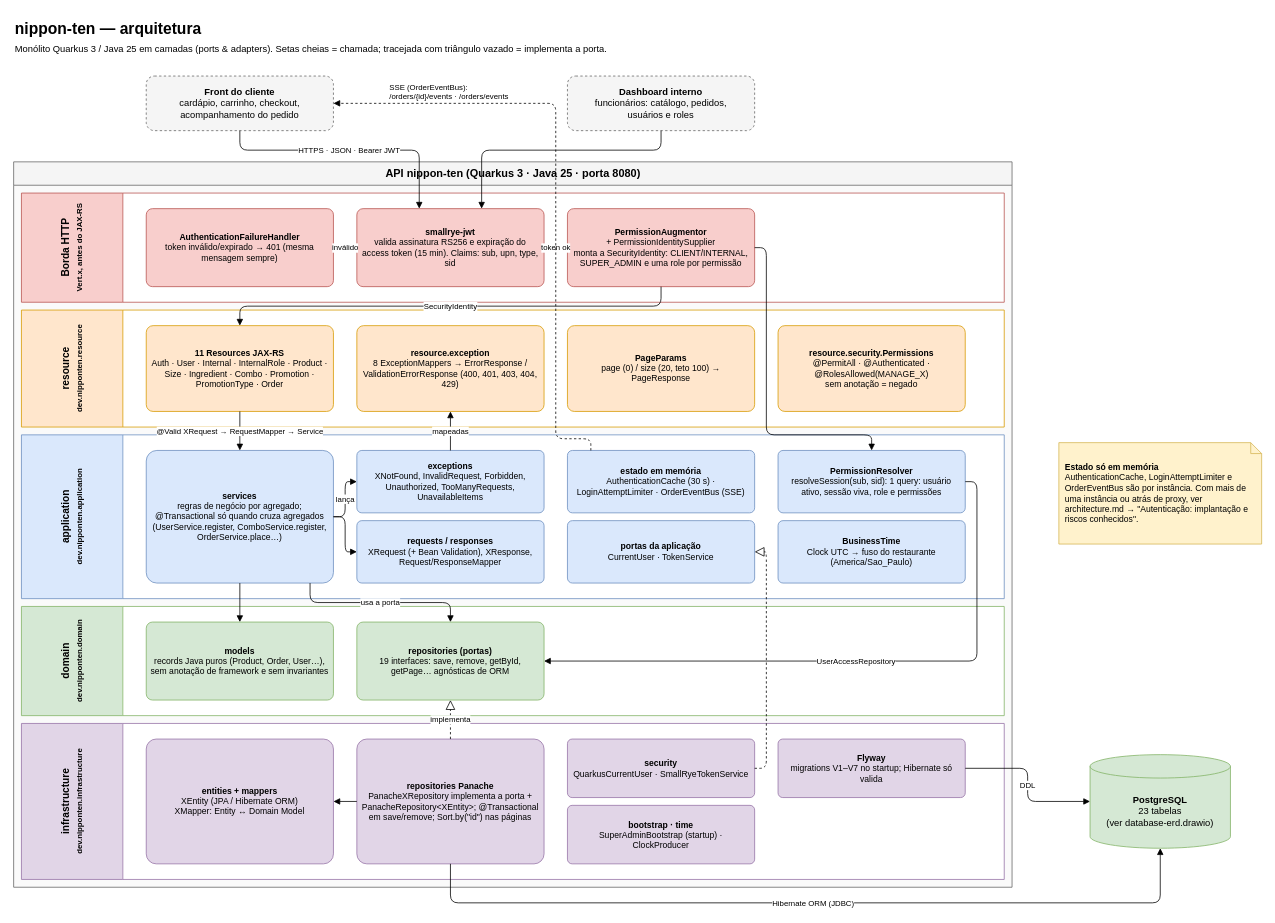
doda-s/nippon-ten keeps this draw.io diagram as page "Camadas" (1 of 2) of docs/diagrams/architecture.drawio. Above is the earlier version. Source tidied: cells renumbered, new cells numbered last; positions are measured from the earlier drawing's top-left corner, leaving out a move shared by most shapes. Both pictures are drawn from the tidied source at 78%, with x=0, y=0 at pixel (13, 13).
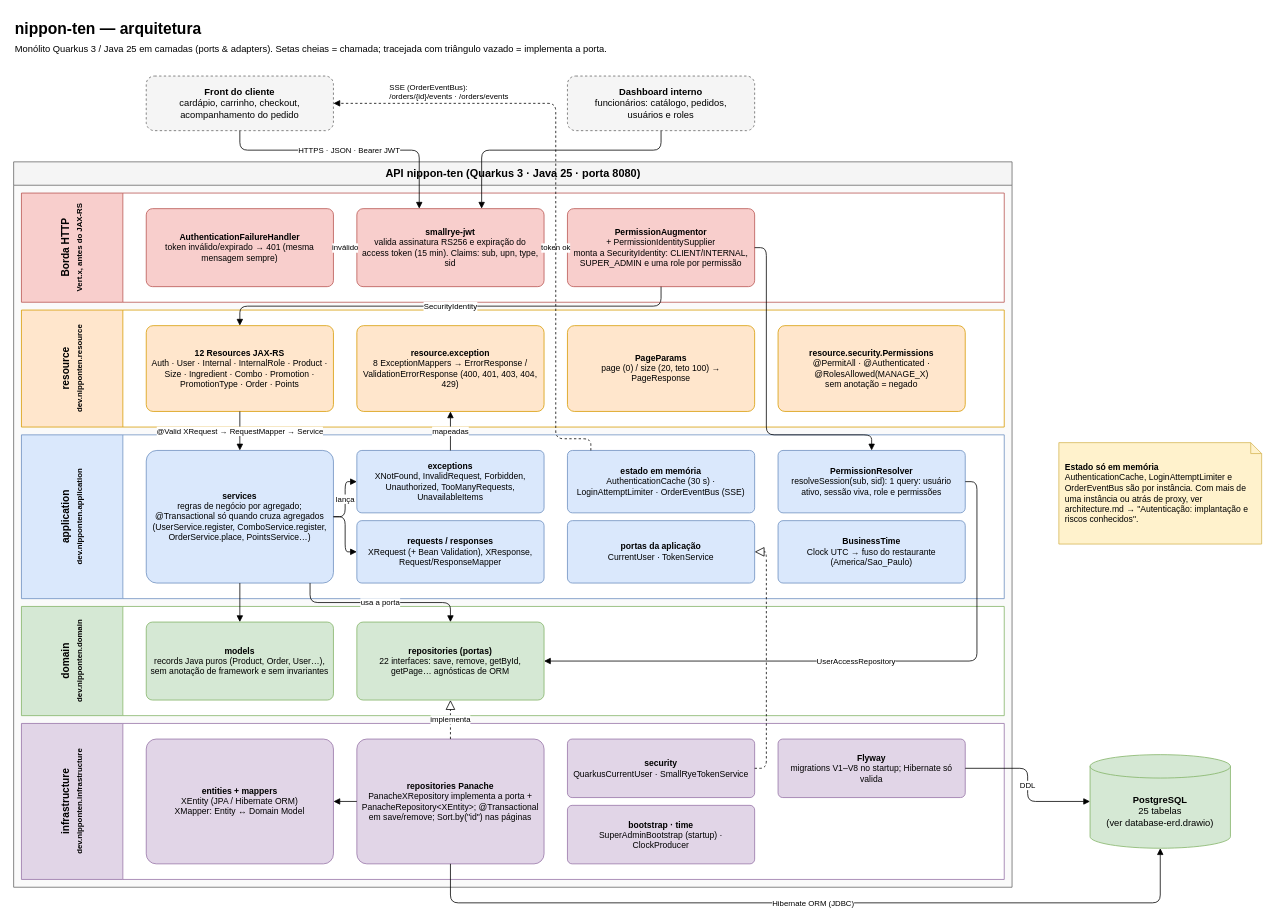
The same diagram, later.

The change refers to these unchanged cells:
```xml
<mxCell id="7" value="resource&lt;br&gt;&lt;font style='font-size:10px'&gt;dev.nipponten.resource&lt;/font&gt;" style="swimlane;horizontal=0;startSize=130;html=1;whiteSpace=wrap;fontStyle=1;fontSize=13;swimlaneFillColor=#ffffff;fillColor=#ffe6cc;strokeColor=#d79b00;" parent="5" vertex="1">
  <mxGeometry x="10" y="190" width="1260" height="150" as="geometry" />
</mxCell>
<mxCell id="8" value="application&lt;br&gt;&lt;font style='font-size:10px'&gt;dev.nipponten.application&lt;/font&gt;" style="swimlane;horizontal=0;startSize=130;html=1;whiteSpace=wrap;fontStyle=1;fontSize=13;swimlaneFillColor=#ffffff;fillColor=#dae8fc;strokeColor=#6c8ebf;" parent="5" vertex="1">
  <mxGeometry x="10" y="350" width="1260" height="210" as="geometry" />
</mxCell>
<mxCell id="9" value="domain&lt;br&gt;&lt;font style='font-size:10px'&gt;dev.nipponten.domain&lt;/font&gt;" style="swimlane;horizontal=0;startSize=130;html=1;whiteSpace=wrap;fontStyle=1;fontSize=13;swimlaneFillColor=#ffffff;fillColor=#d5e8d4;strokeColor=#82b366;" parent="5" vertex="1">
  <mxGeometry x="10" y="570" width="1260" height="140" as="geometry" />
</mxCell>
<mxCell id="10" value="infrastructure&lt;br&gt;&lt;font style='font-size:10px'&gt;dev.nipponten.infrastructure&lt;/font&gt;" style="swimlane;horizontal=0;startSize=130;html=1;whiteSpace=wrap;fontStyle=1;fontSize=13;swimlaneFillColor=#ffffff;fillColor=#e1d5e7;strokeColor=#9673a6;" parent="5" vertex="1">
  <mxGeometry x="10" y="720" width="1260" height="200" as="geometry" />
</mxCell>
```

Diff of the diagram source:
```diff
@@
-    <mxCell id="14" value="&lt;b&gt;11 Resources JAX-RS&lt;/b&gt;&lt;br&gt;Auth · User · Internal · InternalRole · Product · Size · Ingredient · Combo · Promotion · PromotionType · Order" style="rounded=1;whiteSpace=wrap;html=1;fontSize=11;arcSize=8;spacing=6;fillColor=#ffe6cc;strokeColor=#d79b00;" parent="7" vertex="1">
+    <mxCell id="14" value="&lt;b&gt;12 Resources JAX-RS&lt;/b&gt;&lt;br&gt;Auth · User · Internal · InternalRole · Product · Size · Ingredient · Combo · Promotion · PromotionType · Order · Points" style="rounded=1;whiteSpace=wrap;html=1;fontSize=11;arcSize=8;spacing=6;fillColor=#ffe6cc;strokeColor=#d79b00;" parent="7" vertex="1">
       <mxGeometry x="160" y="20" width="240" height="110" as="geometry" />
     </mxCell>
@@
-    <mxCell id="18" value="&lt;b&gt;services&lt;/b&gt;&lt;br&gt;regras de negócio por agregado; @Transactional só quando cruza agregados (UserService.register, ComboService.register, OrderService.place…)" style="rounded=1;whiteSpace=wrap;html=1;fontSize=11;arcSize=8;spacing=6;fillColor=#dae8fc;strokeColor=#6c8ebf;" parent="8" vertex="1">
+    <mxCell id="18" value="&lt;b&gt;services&lt;/b&gt;&lt;br&gt;regras de negócio por agregado; @Transactional só quando cruza agregados (UserService.register, ComboService.register, OrderService.place, PointsService…)" style="rounded=1;whiteSpace=wrap;html=1;fontSize=11;arcSize=8;spacing=6;fillColor=#dae8fc;strokeColor=#6c8ebf;" parent="8" vertex="1">
       <mxGeometry x="160" y="20" width="240" height="170" as="geometry" />
     </mxCell>
@@
-    <mxCell id="26" value="&lt;b&gt;repositories (portas)&lt;/b&gt;&lt;br&gt;19 interfaces: save, remove, getById, getPage… agnósticas de ORM" style="rounded=1;whiteSpace=wrap;html=1;fontSize=11;arcSize=8;spacing=6;fillColor=#d5e8d4;strokeColor=#82b366;" parent="9" vertex="1">
+    <mxCell id="26" value="&lt;b&gt;repositories (portas)&lt;/b&gt;&lt;br&gt;22 interfaces: save, remove, getById, getPage… agnósticas de ORM" style="rounded=1;whiteSpace=wrap;html=1;fontSize=11;arcSize=8;spacing=6;fillColor=#d5e8d4;strokeColor=#82b366;" parent="9" vertex="1">
       <mxGeometry x="430" y="20" width="240" height="100" as="geometry" />
     </mxCell>
@@
-    <mxCell id="31" value="&lt;b&gt;Flyway&lt;/b&gt;&lt;br&gt;migrations V1–V7 no startup; Hibernate só valida" style="rounded=1;whiteSpace=wrap;html=1;fontSize=11;arcSize=8;spacing=6;fillColor=#e1d5e7;strokeColor=#9673a6;" parent="10" vertex="1">
+    <mxCell id="31" value="&lt;b&gt;Flyway&lt;/b&gt;&lt;br&gt;migrations V1–V8 no startup; Hibernate só valida" style="rounded=1;whiteSpace=wrap;html=1;fontSize=11;arcSize=8;spacing=6;fillColor=#e1d5e7;strokeColor=#9673a6;" parent="10" vertex="1">
       <mxGeometry x="970" y="20" width="240" height="75" as="geometry" />
     </mxCell>
@@
-    <mxCell id="33" value="&lt;b&gt;PostgreSQL&lt;/b&gt;&lt;br&gt;23 tabelas&lt;br&gt;(ver database-erd.drawio)" style="shape=cylinder3;whiteSpace=wrap;html=1;boundedLbl=1;size=15;fillColor=#d5e8d4;strokeColor=#82b366;fontSize=12;" parent="1" vertex="1">
+    <mxCell id="33" value="&lt;b&gt;PostgreSQL&lt;/b&gt;&lt;br&gt;25 tabelas&lt;br&gt;(ver database-erd.drawio)" style="shape=cylinder3;whiteSpace=wrap;html=1;boundedLbl=1;size=15;fillColor=#d5e8d4;strokeColor=#82b366;fontSize=12;" parent="1" vertex="1">
       <mxGeometry x="1380" y="950" width="180" height="120" as="geometry" />
     </mxCell>
```
